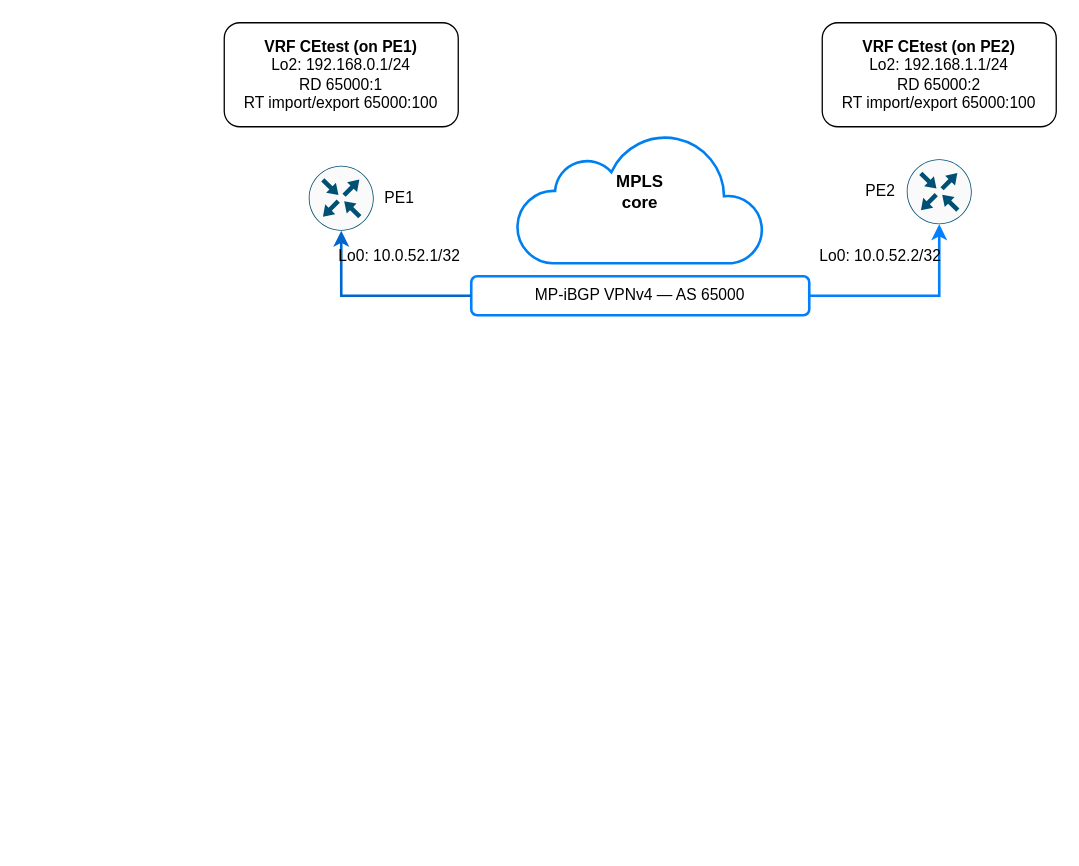
The draw.io diagram page "L3VPN" (6 of 7) of eve-ng-labs/001-ISP-MPLS-Lab/ISP-MPLS-Lab-Diagram.drawio in roxron/networking-labs, before the edit. Source tidied: cells renumbered, new cells numbered last; positions are measured from the earlier drawing's top-left corner, leaving out a move shared by most shapes. Both pictures are drawn from the tidied source at 130%, with x=0, y=0 at pixel (224, 22).
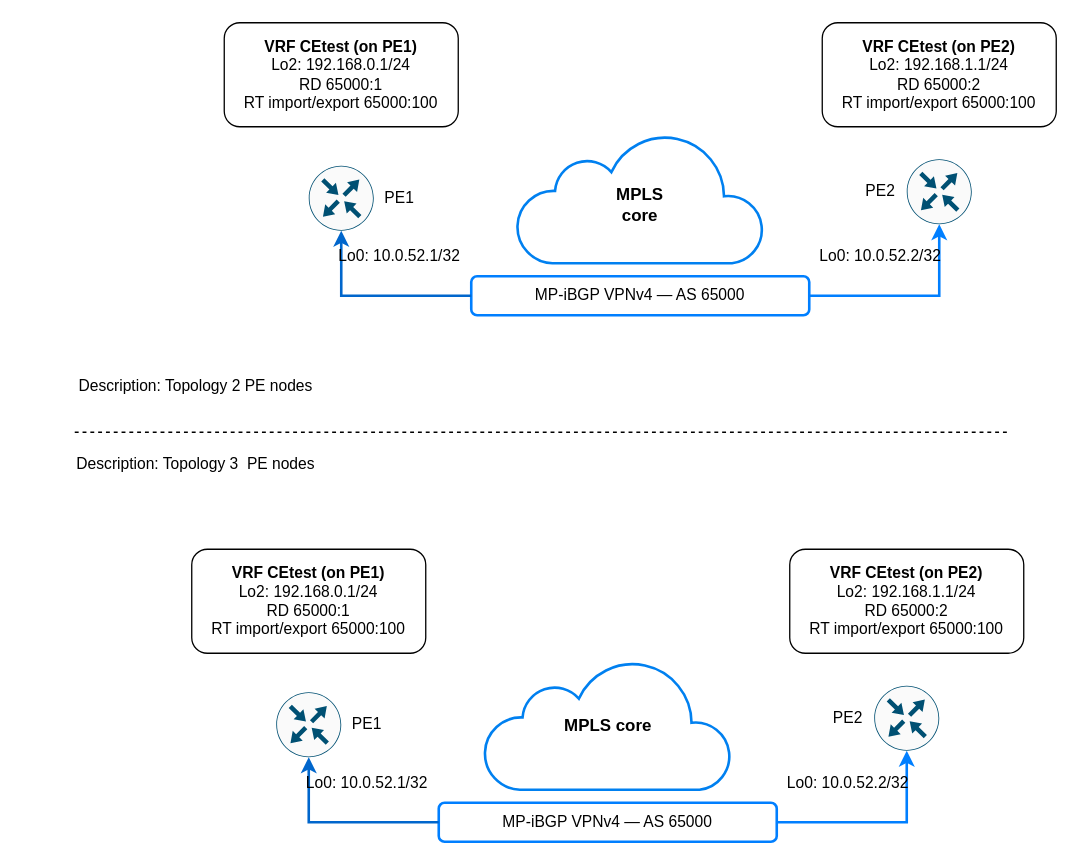
After the change.

Change to the diagram source:
```diff
@@
     <mxCell id="4" value="&lt;font style=&quot;font-size: 13px;&quot;&gt;&lt;b&gt;MPLS core&lt;/b&gt;&lt;/font&gt;" style="text;html=1;whiteSpace=wrap;strokeColor=none;fillColor=none;align=center;verticalAlign=middle;rounded=0;" parent="1" vertex="1">
-      <mxGeometry x="290" y="115" width="60" height="30" as="geometry" />
+      <mxGeometry x="290" y="125" width="60" height="30" as="geometry" />
     </mxCell>
@@
+    <mxCell id="15" style="endArrow=none;dashed=1;html=1;rounded=0;" parent="1" edge="1">
+      <mxGeometry relative="1" as="geometry">
+        <mxPoint x="-115" y="315" as="sourcePoint" />
+        <mxPoint x="605" y="315" as="targetPoint" />
+      </mxGeometry>
+    </mxCell>
+    <mxCell id="16" value="Description: Topology 2 PE nodes&amp;nbsp;" style="text;html=1;whiteSpace=wrap;strokeColor=none;fillColor=none;align=center;verticalAlign=middle;rounded=0;" parent="1" vertex="1">
+      <mxGeometry x="-155" y="265" width="270" height="30" as="geometry" />
+    </mxCell>
+    <mxCell id="17" value="Description: Topology 3 &amp;nbsp;PE nodes&amp;nbsp;" style="text;html=1;whiteSpace=wrap;strokeColor=none;fillColor=none;align=center;verticalAlign=middle;rounded=0;" parent="1" vertex="1">
+      <mxGeometry x="-155" y="325" width="270" height="30" as="geometry" />
+    </mxCell>
+    <mxCell id="18" style="html=1;verticalLabelPosition=bottom;align=center;labelBackgroundColor=#ffffff;verticalAlign=top;strokeWidth=2;strokeColor=#0080F0;shadow=0;dashed=0;shape=mxgraph.ios7.icons.cloud;" parent="1" vertex="1">
+      <mxGeometry x="200" y="490" width="190" height="100" as="geometry" />
+    </mxCell>
+    <mxCell id="19" value="MP-iBGP VPNv4 — AS 65000" style="rounded=1;whiteSpace=wrap;html=1;strokeWidth=2;strokeColor=light-dark(#007FFF,#EDEDED);" parent="1" vertex="1">
+      <mxGeometry x="165" y="600" width="260" height="30" as="geometry" />
+    </mxCell>
+    <mxCell id="20" value="&lt;font style=&quot;font-size: 13px;&quot;&gt;&lt;b&gt;MPLS core&lt;/b&gt;&lt;/font&gt;" style="text;html=1;whiteSpace=wrap;strokeColor=none;fillColor=none;align=center;verticalAlign=middle;rounded=0;" parent="1" vertex="1">
+      <mxGeometry x="247.5" y="527.5" width="95" height="25" as="geometry" />
+    </mxCell>
+    <mxCell id="21" style="sketch=0;points=[[0.5,0,0],[1,0.5,0],[0.5,1,0],[0,0.5,0],[0.145,0.145,0],[0.8555,0.145,0],[0.855,0.8555,0],[0.145,0.855,0]];verticalLabelPosition=bottom;html=1;verticalAlign=top;align=center;shape=mxgraph.cisco19.rect;prIcon=router;fillColor=#FAFAFA;strokeColor=#005073;" parent="1" vertex="1">
+      <mxGeometry x="40" y="515" width="50" height="50" as="geometry" />
+    </mxCell>
+    <mxCell id="22" style="sketch=0;points=[[0.5,0,0],[1,0.5,0],[0.5,1,0],[0,0.5,0],[0.145,0.145,0],[0.8555,0.145,0],[0.855,0.8555,0],[0.145,0.855,0]];verticalLabelPosition=bottom;html=1;verticalAlign=top;align=center;shape=mxgraph.cisco19.rect;prIcon=router;fillColor=#FAFAFA;strokeColor=#005073;" parent="1" vertex="1">
+      <mxGeometry x="500" y="510" width="50" height="50" as="geometry" />
+    </mxCell>
+    <mxCell id="23" style="edgeStyle=orthogonalEdgeStyle;rounded=0;jettySize=auto;html=1;exitX=0;exitY=0.5;exitDx=0;exitDy=0;entryX=0.5;entryY=1;entryDx=0;entryDy=0;entryPerimeter=0;strokeWidth=2;strokeColor=#0066CC;" parent="1" edge="1" source="19" target="21">
+      <mxGeometry relative="1" as="geometry" />
+    </mxCell>
+    <mxCell id="24" style="edgeStyle=orthogonalEdgeStyle;rounded=0;jettySize=auto;html=1;exitX=1;exitY=0.5;exitDx=0;exitDy=0;entryX=0.5;entryY=1;entryDx=0;entryDy=0;entryPerimeter=0;strokeColor=#007FFF;strokeWidth=2;" parent="1" edge="1" source="19" target="22">
+      <mxGeometry relative="1" as="geometry" />
+    </mxCell>
+    <mxCell id="25" value="PE1" style="text;html=1;whiteSpace=wrap;strokeColor=none;fillColor=none;align=center;verticalAlign=middle;rounded=0;" parent="1" vertex="1">
+      <mxGeometry x="80" y="525" width="60" height="30" as="geometry" />
+    </mxCell>
+    <mxCell id="26" value="PE2" style="text;html=1;whiteSpace=wrap;strokeColor=none;fillColor=none;align=center;verticalAlign=middle;rounded=0;" parent="1" vertex="1">
+      <mxGeometry x="450" y="520" width="60" height="30" as="geometry" />
+    </mxCell>
+    <mxCell id="27" value="Lo0: 10.0.52.1/32" style="text;html=1;whiteSpace=wrap;strokeColor=none;fillColor=none;align=center;verticalAlign=middle;rounded=0;" parent="1" vertex="1">
+      <mxGeometry x="50" y="570" width="120" height="30" as="geometry" />
+    </mxCell>
+    <mxCell id="28" value="Lo0: 10.0.52.2/32" style="text;html=1;whiteSpace=wrap;strokeColor=none;fillColor=none;align=center;verticalAlign=middle;rounded=0;" parent="1" vertex="1">
+      <mxGeometry x="420" y="570" width="120" height="30" as="geometry" />
+    </mxCell>
+    <mxCell id="29" value="&lt;b&gt;VRF CEtest (on PE1)&lt;/b&gt;&lt;div&gt;Lo2: 192.168.0.1/24&lt;/div&gt;&lt;div&gt;RD 65000:1&lt;/div&gt;&lt;div&gt;RT import/export 65000:100&lt;/div&gt;" style="rounded=1;whiteSpace=wrap;html=1;" parent="1" vertex="1">
+      <mxGeometry x="-25" y="405" width="180" height="80" as="geometry" />
+    </mxCell>
+    <mxCell id="30" value="&lt;b&gt;VRF CEtest (on PE2)&lt;/b&gt;&lt;div&gt;Lo2: 192.168.1.1/24&lt;/div&gt;&lt;div&gt;RD 65000:2&lt;/div&gt;&lt;div&gt;RT import/export 65000:100&lt;/div&gt;" style="rounded=1;whiteSpace=wrap;html=1;" parent="1" vertex="1">
+      <mxGeometry x="435" y="405" width="180" height="80" as="geometry" />
+    </mxCell>
```
